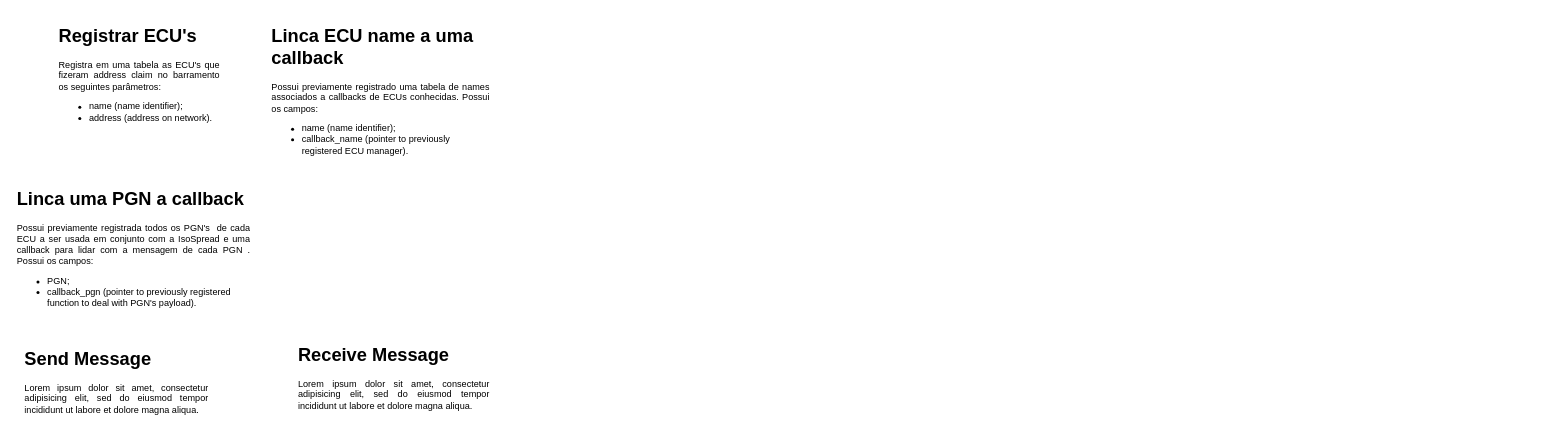
Earlier version of the draw.io diagram Manager_1939.drawio (eduardochiarello/DrawIO_saves). Source tidied: cells renumbered, new cells numbered last; positions are measured from the earlier drawing's top-left corner, leaving out a move shared by most shapes. Both pictures are drawn from the tidied source at 76%, with x=0, y=0 at pixel (13, 21).
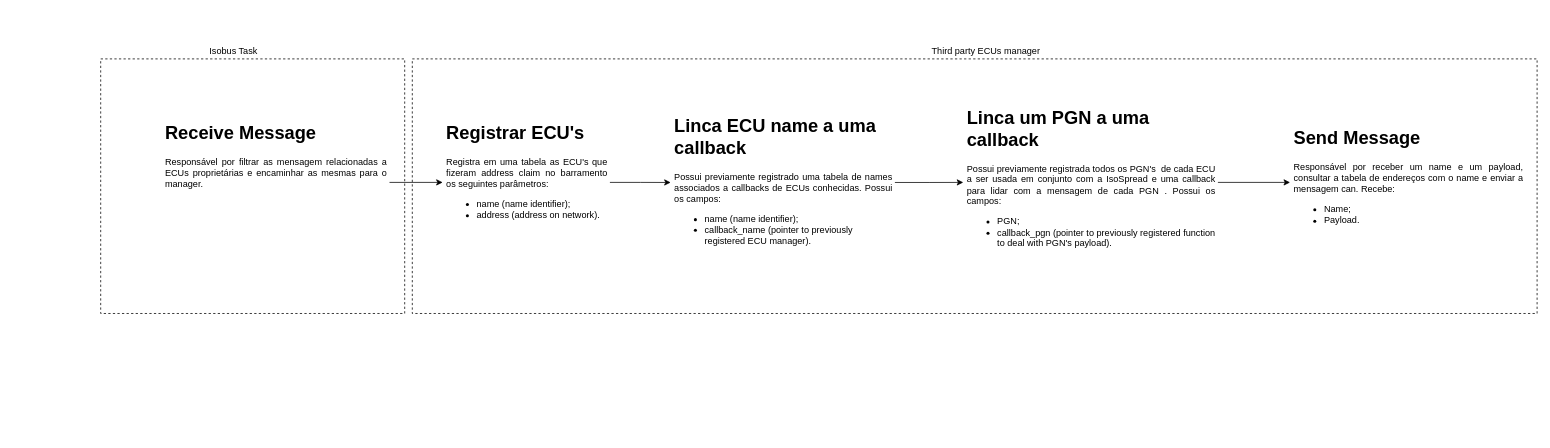
The same diagram, later.

Commit message:
Actualiza esquema Manager_1939.drawio

What changed in the source:
```diff
@@
 <mxGraphModel>
   <root>
     <mxCell id="0" />
     <mxCell id="1" parent="0" />
+    <mxCell id="7" style="edgeStyle=orthogonalEdgeStyle;rounded=0;jettySize=auto;html=1;" parent="1" edge="1" source="2" target="3">
+      <mxGeometry relative="1" as="geometry" />
+    </mxCell>
     <mxCell id="2" value="&lt;h1&gt;Registrar ECU's&lt;br&gt;&lt;/h1&gt;&lt;p align=&quot;justify&quot;&gt;Registra em uma tabela as ECU's que fizeram address claim no barramento os seguintes parâmetros:&lt;/p&gt;&lt;ul&gt;&lt;li&gt;name (name identifier);&lt;br&gt;&lt;/li&gt;&lt;li&gt;address (address on network).&lt;br&gt;&lt;/li&gt;&lt;/ul&gt;" style="text;html=1;spacing=5;spacingTop=-20;whiteSpace=wrap;overflow=hidden;rounded=0;" parent="1" vertex="1">
-      <mxGeometry x="55" width="220" height="170" as="geometry" />
+      <mxGeometry x="565" y="127.5" width="220" height="170" as="geometry" />
     </mxCell>
+    <mxCell id="8" style="edgeStyle=orthogonalEdgeStyle;rounded=0;jettySize=auto;html=1;" parent="1" edge="1" source="3" target="4">
+      <mxGeometry relative="1" as="geometry" />
+    </mxCell>
     <mxCell id="3" value="&lt;h1&gt;Linca ECU name a uma callback&lt;br&gt;&lt;/h1&gt;&lt;p align=&quot;justify&quot;&gt;Possui previamente registrado uma tabela de names associados a callbacks de ECUs conhecidas. Possui os campos:&lt;br&gt;&lt;/p&gt;&lt;ul&gt;&lt;li&gt;name (name identifier);&lt;br&gt;&lt;/li&gt;&lt;li&gt;callback_name (pointer to previously&lt;span class=&quot;corrected-phrase ng-star-inserted&quot;&gt;&lt;/span&gt;&lt;span class=&quot;corrected-phrase__displayed-text corrected-phrase__displayed-text_no-correction ng-star-inserted&quot;&gt;&lt;/span&gt; registered ECU manager).&lt;/li&gt;&lt;/ul&gt;" style="text;html=1;spacing=5;spacingTop=-20;whiteSpace=wrap;overflow=hidden;rounded=0;" parent="1" vertex="1">
-      <mxGeometry x="335" width="295" height="187.5" as="geometry" />
+      <mxGeometry x="865" y="118.8" width="295" height="187.5" as="geometry" />
     </mxCell>
+    <mxCell id="9" style="edgeStyle=orthogonalEdgeStyle;rounded=0;jettySize=auto;html=1;" parent="1" edge="1" source="4" target="5">
+      <mxGeometry relative="1" as="geometry" />
+    </mxCell>
-    <mxCell id="4" value="&lt;h1&gt;Linca uma PGN a callback &lt;br&gt;&lt;/h1&gt;&lt;p align=&quot;justify&quot;&gt;Possui previamente registrada todos os PGN's&amp;nbsp; de cada ECU a ser usada em conjunto com a IsoSpread e uma callback para lidar com a mensagem de cada PGN . Possui os campos:&lt;br&gt;&lt;/p&gt;&lt;ul&gt;&lt;li&gt;PGN;&lt;br&gt;&lt;/li&gt;&lt;li&gt;callback_pgn (pointer to&amp;nbsp;&lt;span class=&quot;corrected-phrase ng-star-inserted&quot;&gt;&lt;/span&gt;&lt;span class=&quot;corrected-phrase__displayed-text corrected-phrase__displayed-text_no-correction ng-star-inserted&quot;&gt;&lt;/span&gt;previously registered function to deal with PGN's payload).&lt;/li&gt;&lt;/ul&gt;" style="text;html=1;spacing=5;spacingTop=-20;whiteSpace=wrap;overflow=hidden;rounded=0;" parent="1" vertex="1">
-      <mxGeometry y="215" width="315" height="175" as="geometry" />
+    <mxCell id="4" value="&lt;h1&gt;Linca um PGN a uma callback &lt;br&gt;&lt;/h1&gt;&lt;p align=&quot;justify&quot;&gt;Possui previamente registrada todos os PGN's&amp;nbsp; de cada ECU a ser usada em conjunto com a IsoSpread e uma callback para lidar com a mensagem de cada PGN . Possui os campos:&lt;br&gt;&lt;/p&gt;&lt;ul&gt;&lt;li&gt;PGN;&lt;br&gt;&lt;/li&gt;&lt;li&gt;callback_pgn (pointer to&amp;nbsp;&lt;span class=&quot;corrected-phrase ng-star-inserted&quot;&gt;&lt;/span&gt;&lt;span class=&quot;corrected-phrase__displayed-text corrected-phrase__displayed-text_no-correction ng-star-inserted&quot;&gt;&lt;/span&gt;previously registered function to deal with PGN's payload).&lt;/li&gt;&lt;/ul&gt;" style="text;html=1;spacing=5;spacingTop=-20;whiteSpace=wrap;overflow=hidden;rounded=0;" parent="1" vertex="1">
+      <mxGeometry x="1250" y="107.5" width="335" height="210" as="geometry" />
     </mxCell>
-    <mxCell id="5" value="&lt;h1&gt;Send Message&lt;br&gt;&lt;/h1&gt;&lt;p align=&quot;justify&quot;&gt;Lorem ipsum dolor sit amet, consectetur adipisicing elit, sed do eiusmod tempor incididunt ut labore et dolore magna aliqua.&lt;/p&gt;" style="text;html=1;spacing=5;spacingTop=-20;whiteSpace=wrap;overflow=hidden;rounded=0;" parent="1" vertex="1">
-      <mxGeometry x="10" y="425" width="250" height="120" as="geometry" />
+    <mxCell id="5" value="&lt;h1&gt;Send Message&lt;br&gt;&lt;/h1&gt;&lt;p align=&quot;justify&quot;&gt;Responsável por receber um name e um payload, consultar a tabela de endereços com o name e enviar a mensagem can. Recebe:&lt;/p&gt;&lt;ul&gt;&lt;li align=&quot;justify&quot;&gt;Name;&lt;/li&gt;&lt;li align=&quot;justify&quot;&gt;Payload.&lt;br&gt;&lt;/li&gt;&lt;/ul&gt;&lt;p align=&quot;justify&quot;&gt;&lt;br&gt;&lt;/p&gt;" style="text;html=1;spacing=5;spacingTop=-20;whiteSpace=wrap;overflow=hidden;rounded=0;" parent="1" vertex="1">
+      <mxGeometry x="1680" y="135" width="310" height="155" as="geometry" />
     </mxCell>
+    <mxCell id="10" style="edgeStyle=orthogonalEdgeStyle;rounded=0;jettySize=auto;html=1;" parent="1" edge="1" source="6" target="2">
+      <mxGeometry relative="1" as="geometry" />
+    </mxCell>
-    <mxCell id="6" value="&lt;h1&gt;Receive Message&lt;br&gt;&lt;/h1&gt;&lt;p align=&quot;justify&quot;&gt;Lorem ipsum dolor sit amet, consectetur adipisicing elit, sed do eiusmod tempor incididunt ut labore et dolore magna aliqua.&lt;/p&gt;" style="text;html=1;spacing=5;spacingTop=-20;whiteSpace=wrap;overflow=hidden;rounded=0;" parent="1" vertex="1">
-      <mxGeometry x="370" y="420" width="260" height="115" as="geometry" />
+    <mxCell id="6" value="&lt;h1&gt;Receive Message&lt;br&gt;&lt;/h1&gt;&lt;p align=&quot;justify&quot;&gt;Responsável por filtrar as mensagem relacionadas a ECUs proprietárias e encaminhar as mesmas para o manager.&lt;/p&gt;" style="text;html=1;spacing=5;spacingTop=-20;whiteSpace=wrap;overflow=hidden;rounded=0;" parent="1" vertex="1">
+      <mxGeometry x="195" y="127.5" width="300" height="170" as="geometry" />
     </mxCell>
+    <mxCell id="11" style="rounded=0;whiteSpace=wrap;html=1;dashed=1;fillColor=none;" parent="1" vertex="1">
+      <mxGeometry x="115" y="50" width="400" height="335" as="geometry" />
+    </mxCell>
+    <mxCell id="12" style="rounded=0;whiteSpace=wrap;html=1;dashed=1;fillColor=none;" parent="1" vertex="1">
+      <mxGeometry x="525" y="50" width="1480" height="335" as="geometry" />
+    </mxCell>
+    <mxCell id="13" value="Isobus Task" style="text;html=1;align=center;verticalAlign=middle;whiteSpace=wrap;rounded=0;" parent="1" vertex="1">
+      <mxGeometry x="245" y="25" width="90" height="30" as="geometry" />
+    </mxCell>
+    <mxCell id="14" value="Third party ECUs manager" style="text;html=1;align=center;verticalAlign=middle;whiteSpace=wrap;rounded=0;" parent="1" vertex="1">
+      <mxGeometry x="1200" y="25" width="160" height="30" as="geometry" />
+    </mxCell>
   </root>
 </mxGraphModel>
```
